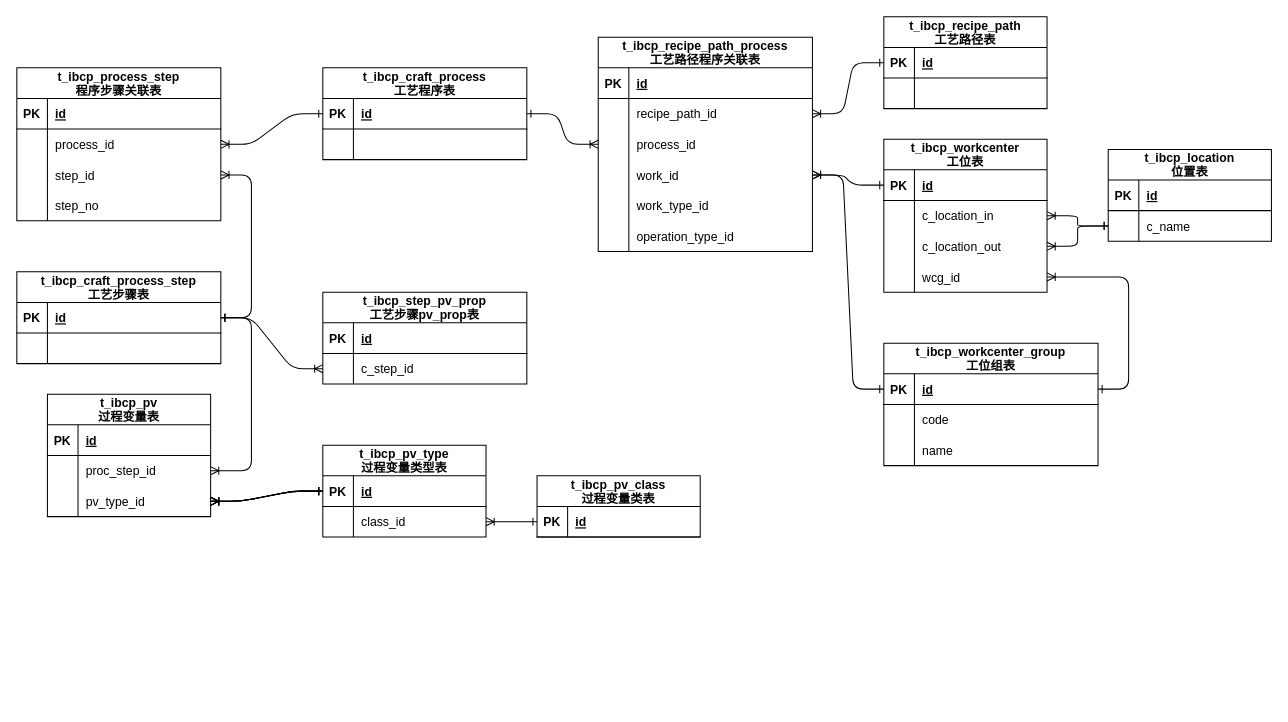
This is page "步骤,pv,程序,工位,路径配置" (3 of 10) of mes/db.drawio from FreshCabbage666/drawio, a draw.io file, before an edit. Source tidied: cells renumbered, new cells numbered last; positions are measured from the earlier drawing's top-left corner, leaving out a move shared by most shapes. Both pictures are drawn from the tidied source at 102%, with x=0, y=0 at pixel (16, 16).
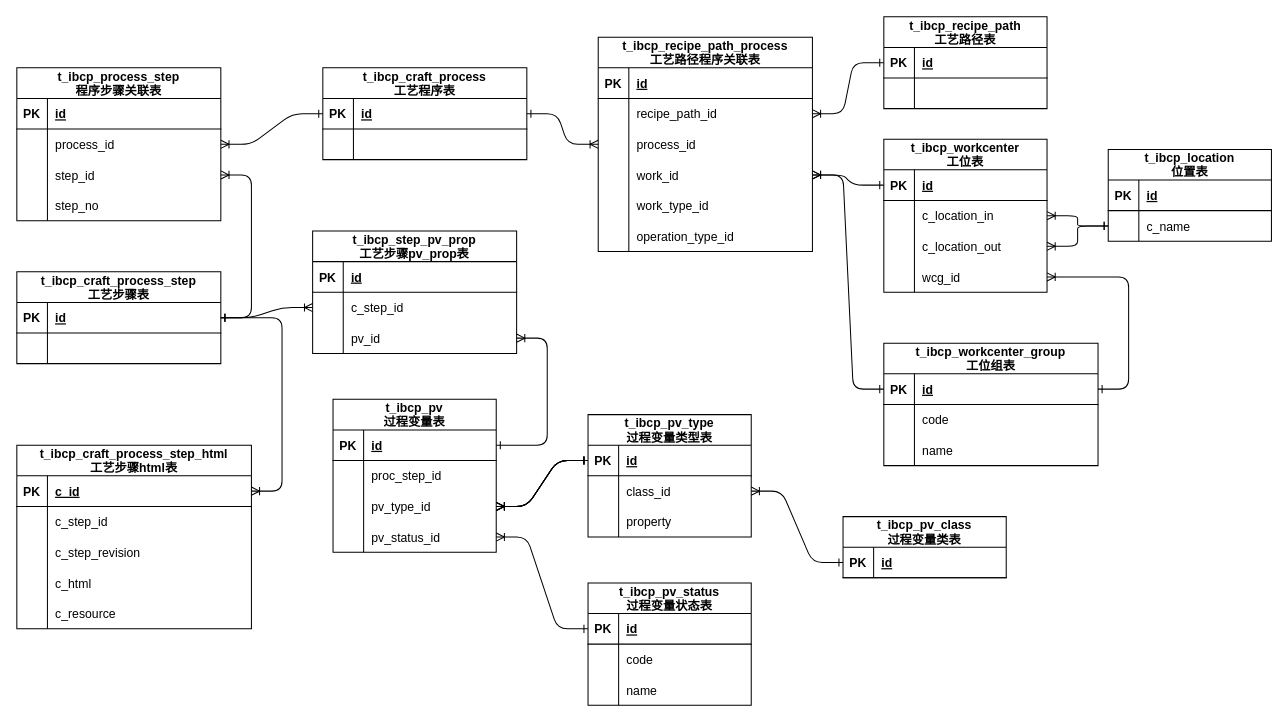
The same diagram, later.

Unchanged cells that the change refers to:
```xml
<mxCell id="3" style="shape=partialRectangle;fillColor=none;points=[[0,0.5],[1,0.5]];portConstraint=eastwest;top=0;left=0;right=0;bottom=1;" parent="2" vertex="1">
  <mxGeometry y="30" width="160" height="30" as="geometry" />
</mxCell>
<mxCell id="6" style="shape=partialRectangle;fillColor=none;points=[[0,0.5],[1,0.5]];portConstraint=eastwest;top=0;left=0;right=0;bottom=0;" parent="2" vertex="1">
  <mxGeometry y="60" width="160" height="30" as="geometry" />
</mxCell>
<mxCell id="13" style="shape=partialRectangle;fillColor=none;points=[[0,0.5],[1,0.5]];portConstraint=eastwest;top=0;left=0;right=0;bottom=1;" parent="12" vertex="1">
  <mxGeometry y="30" width="200" height="30" as="geometry" />
</mxCell>
```

Change to the diagram source:
```diff
@@
     <mxCell id="2" value="t_ibcp_pv&#10;过程变量表" style="shape=table;startSize=30;childLayout=tableLayout;rowLines=0;fontStyle=1;align=center;" parent="1" vertex="1">
-      <mxGeometry x="30" y="370" width="160" height="120" as="geometry" />
+      <mxGeometry x="310" y="375" width="160" height="150" as="geometry" />
     </mxCell>
@@
+    <mxCell id="129" style="shape=partialRectangle;fillColor=none;points=[[0,0.5],[1,0.5]];portConstraint=eastwest;top=0;left=0;right=0;bottom=0;" parent="2" vertex="1">
+      <mxGeometry y="120" width="160" height="30" as="geometry" />
+    </mxCell>
+    <mxCell id="130" style="shape=partialRectangle;overflow=hidden;fillColor=none;top=0;left=0;bottom=0;right=0;" parent="129" vertex="1">
+      <mxGeometry width="30" height="30" as="geometry" />
+    </mxCell>
+    <mxCell id="131" value="pv_status_id" style="shape=partialRectangle;overflow=hidden;fillColor=none;top=0;left=0;bottom=0;right=0;align=left;spacingLeft=6;" parent="129" vertex="1">
+      <mxGeometry x="30" width="130" height="30" as="geometry" />
+    </mxCell>
@@
-    <mxCell id="19" style="edgeStyle=entityRelationEdgeStyle;endArrow=ERoneToMany;startArrow=ERone;endFill=0;startFill=0;" parent="1" edge="1" source="13" target="6">
+    <mxCell id="19" style="edgeStyle=entityRelationEdgeStyle;endArrow=ERoneToMany;startArrow=ERone;endFill=0;startFill=0;" parent="1" edge="1" source="13" target="151">
       <mxGeometry relative="1" as="geometry" />
     </mxCell>
@@
     <mxCell id="93" value="t_ibcp_pv_type&#10;过程变量类型表" style="shape=table;startSize=30;childLayout=tableLayout;rowLines=0;fontStyle=1;align=center;" parent="1" vertex="1">
-      <mxGeometry x="300" y="420" width="160" height="90" as="geometry" />
+      <mxGeometry x="560" y="390" width="160" height="120" as="geometry" />
     </mxCell>
@@
+    <mxCell id="132" style="shape=partialRectangle;fillColor=none;top=0;left=0;right=0;bottom=0;" parent="93" vertex="1">
+      <mxGeometry y="90" width="160" height="30" as="geometry" />
+    </mxCell>
+    <mxCell id="133" style="shape=partialRectangle;overflow=hidden;fillColor=none;top=0;left=0;bottom=0;right=0;" parent="132" vertex="1">
+      <mxGeometry width="30" height="30" as="geometry" />
+    </mxCell>
+    <mxCell id="134" value="property" style="shape=partialRectangle;overflow=hidden;fillColor=none;top=0;left=0;bottom=0;right=0;align=left;spacingLeft=6;" parent="132" vertex="1">
+      <mxGeometry x="30" width="130" height="30" as="geometry" />
+    </mxCell>
@@
     <mxCell id="101" value="t_ibcp_pv_class&#10;过程变量类表" style="shape=table;startSize=30;childLayout=tableLayout;rowLines=0;fontStyle=1;align=center;" parent="1" vertex="1">
-      <mxGeometry x="510" y="450" width="160" height="60" as="geometry" />
+      <mxGeometry x="810" y="490" width="160" height="60" as="geometry" />
     </mxCell>
@@
     <mxCell id="109" value="t_ibcp_step_pv_prop&#10;工艺步骤pv_prop表" style="shape=table;startSize=30;childLayout=tableLayout;rowLines=0;fontStyle=1;align=center;" parent="1" vertex="1">
-      <mxGeometry x="300" y="270" width="200" height="90" as="geometry" />
+      <mxGeometry x="290" y="210" width="200" height="120" as="geometry" />
     </mxCell>
@@
+    <mxCell id="135" style="shape=partialRectangle;fillColor=none;points=[[0,0.5],[1,0.5]];portConstraint=eastwest;top=0;left=0;right=0;bottom=0;" parent="109" vertex="1">
+      <mxGeometry y="90" width="200" height="30" as="geometry" />
+    </mxCell>
+    <mxCell id="136" style="shape=partialRectangle;overflow=hidden;fillColor=none;top=0;left=0;bottom=0;right=0;" parent="135" vertex="1">
+      <mxGeometry width="30" height="30" as="geometry" />
+    </mxCell>
+    <mxCell id="137" value="pv_id" style="shape=partialRectangle;overflow=hidden;fillColor=none;top=0;left=0;bottom=0;right=0;align=left;spacingLeft=6;" parent="135" vertex="1">
+      <mxGeometry x="30" width="170" height="30" as="geometry" />
+    </mxCell>
@@
+    <mxCell id="138" style="edgeStyle=entityRelationEdgeStyle;endArrow=ERoneToMany;startArrow=ERone;endFill=0;startFill=0;" parent="1" edge="1" source="3" target="135">
+      <mxGeometry relative="1" as="geometry" />
+    </mxCell>
+    <mxCell id="139" value="t_ibcp_pv_status&#10;过程变量状态表" style="shape=table;startSize=30;childLayout=tableLayout;rowLines=0;fontStyle=1;align=center;" parent="1" vertex="1">
+      <mxGeometry x="560" y="555" width="160" height="120" as="geometry" />
+    </mxCell>
+    <mxCell id="140" style="shape=partialRectangle;fillColor=none;points=[[0,0.5],[1,0.5]];portConstraint=eastwest;top=0;left=0;right=0;bottom=1;" parent="139" vertex="1">
+      <mxGeometry y="30" width="160" height="30" as="geometry" />
+    </mxCell>
+    <mxCell id="141" value="PK" style="shape=partialRectangle;overflow=hidden;fillColor=none;top=0;left=0;bottom=0;right=0;fontStyle=1;" parent="140" vertex="1">
+      <mxGeometry width="30" height="30" as="geometry" />
+    </mxCell>
+    <mxCell id="142" value="id" style="shape=partialRectangle;overflow=hidden;fillColor=none;top=0;left=0;bottom=0;right=0;align=left;spacingLeft=6;fontStyle=5;" parent="140" vertex="1">
+      <mxGeometry x="30" width="130" height="30" as="geometry" />
+    </mxCell>
+    <mxCell id="143" style="shape=partialRectangle;fillColor=none;top=0;left=0;right=0;bottom=0;" parent="139" vertex="1">
+      <mxGeometry y="60" width="160" height="30" as="geometry" />
+    </mxCell>
+    <mxCell id="144" style="shape=partialRectangle;overflow=hidden;fillColor=none;top=0;left=0;bottom=0;right=0;" parent="143" vertex="1">
+      <mxGeometry width="30" height="30" as="geometry" />
+    </mxCell>
+    <mxCell id="145" value="code" style="shape=partialRectangle;overflow=hidden;fillColor=none;top=0;left=0;bottom=0;right=0;align=left;spacingLeft=6;" parent="143" vertex="1">
+      <mxGeometry x="30" width="130" height="30" as="geometry" />
+    </mxCell>
+    <mxCell id="146" style="shape=partialRectangle;fillColor=none;top=0;left=0;right=0;bottom=0;" parent="139" vertex="1">
+      <mxGeometry y="90" width="160" height="30" as="geometry" />
+    </mxCell>
+    <mxCell id="147" style="shape=partialRectangle;overflow=hidden;fillColor=none;top=0;left=0;bottom=0;right=0;" parent="146" vertex="1">
+      <mxGeometry width="30" height="30" as="geometry" />
+    </mxCell>
+    <mxCell id="148" value="name" style="shape=partialRectangle;overflow=hidden;fillColor=none;top=0;left=0;bottom=0;right=0;align=left;spacingLeft=6;" parent="146" vertex="1">
+      <mxGeometry x="30" width="130" height="30" as="geometry" />
+    </mxCell>
+    <mxCell id="149" style="edgeStyle=entityRelationEdgeStyle;endArrow=ERoneToMany;startArrow=ERone;endFill=0;startFill=0;" parent="1" edge="1" source="140" target="129">
+      <mxGeometry relative="1" as="geometry">
+        <Array as="points">
+          <mxPoint x="370" y="705" />
+          <mxPoint x="250" y="685" />
+          <mxPoint x="320" y="705" />
+        </Array>
+      </mxGeometry>
+    </mxCell>
+    <mxCell id="150" value="t_ibcp_craft_process_step_html&#10;工艺步骤html表" style="shape=table;startSize=30;childLayout=tableLayout;rowLines=0;fontStyle=1;align=center;" parent="1" vertex="1">
+      <mxGeometry y="420" width="230" height="180" as="geometry" />
+    </mxCell>
+    <mxCell id="151" style="shape=partialRectangle;fillColor=none;points=[[0,0.5],[1,0.5]];portConstraint=eastwest;top=0;left=0;right=0;bottom=1;" parent="150" vertex="1">
+      <mxGeometry y="30" width="230" height="30" as="geometry" />
+    </mxCell>
+    <mxCell id="152" value="PK" style="shape=partialRectangle;overflow=hidden;fillColor=none;top=0;left=0;bottom=0;right=0;fontStyle=1;" parent="151" vertex="1">
+      <mxGeometry width="30" height="30" as="geometry" />
+    </mxCell>
+    <mxCell id="153" value="c_id" style="shape=partialRectangle;overflow=hidden;fillColor=none;top=0;left=0;bottom=0;right=0;align=left;spacingLeft=6;fontStyle=5;" parent="151" vertex="1">
+      <mxGeometry x="30" width="200" height="30" as="geometry" />
+    </mxCell>
+    <mxCell id="154" style="shape=partialRectangle;fillColor=none;top=0;left=0;right=0;bottom=0;" parent="150" vertex="1">
+      <mxGeometry y="60" width="230" height="30" as="geometry" />
+    </mxCell>
+    <mxCell id="155" style="shape=partialRectangle;overflow=hidden;fillColor=none;top=0;left=0;bottom=0;right=0;" parent="154" vertex="1">
+      <mxGeometry width="30" height="30" as="geometry" />
+    </mxCell>
+    <mxCell id="156" value="c_step_id" style="shape=partialRectangle;overflow=hidden;fillColor=none;top=0;left=0;bottom=0;right=0;align=left;spacingLeft=6;" parent="154" vertex="1">
+      <mxGeometry x="30" width="200" height="30" as="geometry" />
+    </mxCell>
+    <mxCell id="157" style="shape=partialRectangle;fillColor=none;top=0;left=0;right=0;bottom=0;" parent="150" vertex="1">
+      <mxGeometry y="90" width="230" height="30" as="geometry" />
+    </mxCell>
+    <mxCell id="158" style="shape=partialRectangle;overflow=hidden;fillColor=none;top=0;left=0;bottom=0;right=0;" parent="157" vertex="1">
+      <mxGeometry width="30" height="30" as="geometry" />
+    </mxCell>
+    <mxCell id="159" value="c_step_revision" style="shape=partialRectangle;overflow=hidden;fillColor=none;top=0;left=0;bottom=0;right=0;align=left;spacingLeft=6;" parent="157" vertex="1">
+      <mxGeometry x="30" width="200" height="30" as="geometry" />
+    </mxCell>
+    <mxCell id="160" style="shape=partialRectangle;fillColor=none;top=0;left=0;right=0;bottom=0;" parent="150" vertex="1">
+      <mxGeometry y="120" width="230" height="30" as="geometry" />
+    </mxCell>
+    <mxCell id="161" style="shape=partialRectangle;overflow=hidden;fillColor=none;top=0;left=0;bottom=0;right=0;" parent="160" vertex="1">
+      <mxGeometry width="30" height="30" as="geometry" />
+    </mxCell>
+    <mxCell id="162" value="c_html" style="shape=partialRectangle;overflow=hidden;fillColor=none;top=0;left=0;bottom=0;right=0;align=left;spacingLeft=6;" parent="160" vertex="1">
+      <mxGeometry x="30" width="200" height="30" as="geometry" />
+    </mxCell>
+    <mxCell id="163" style="shape=partialRectangle;fillColor=none;top=0;left=0;right=0;bottom=0;" parent="150" vertex="1">
+      <mxGeometry y="150" width="230" height="30" as="geometry" />
+    </mxCell>
+    <mxCell id="164" style="shape=partialRectangle;overflow=hidden;fillColor=none;top=0;left=0;bottom=0;right=0;" parent="163" vertex="1">
+      <mxGeometry width="30" height="30" as="geometry" />
+    </mxCell>
+    <mxCell id="165" value="c_resource" style="shape=partialRectangle;overflow=hidden;fillColor=none;top=0;left=0;bottom=0;right=0;align=left;spacingLeft=6;" parent="163" vertex="1">
+      <mxGeometry x="30" width="200" height="30" as="geometry" />
+    </mxCell>
```
